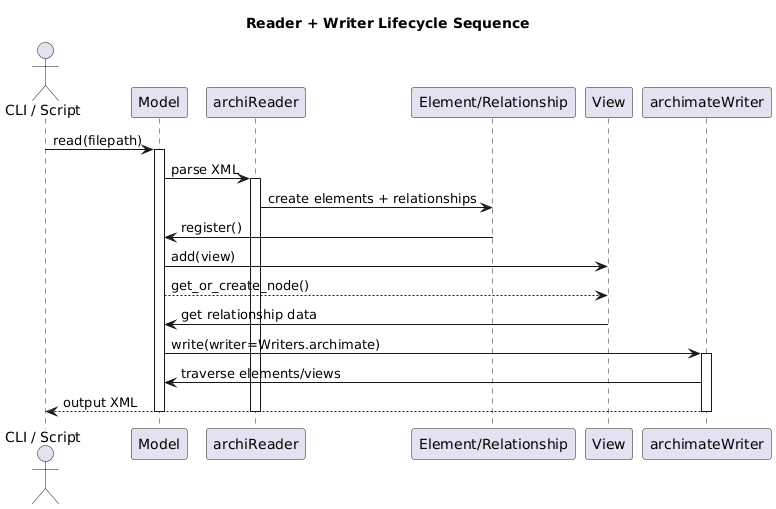
Before: docs/diagrams/sequence.png, a diagram exported from PlantUML (pyArchimate/pyArchimate). The source it was exported from:
```plantuml
@startuml
title Reader + Writer Lifecycle Sequence

actor "CLI / Script" as CLI
participant "Model" as Model
participant "archiReader" as Reader
participant "Element/Relationship" as Element
participant "View" as View
participant "archimateWriter" as Writer

CLI -> Model : read(filepath)
activate Model
Model -> Reader : parse XML
activate Reader
Reader -> Element : create elements + relationships
Element -> Model : register()
Model -> View : add(view)
Model --> View : get_or_create_node()
View -> Model : get relationship data
Model -> Writer : write(writer=Writers.archimate)
activate Writer
Writer -> Model : traverse elements/views
Writer --> CLI : output XML

deactivate Writer
deactivate Reader
deactivate Model
@enduml
```
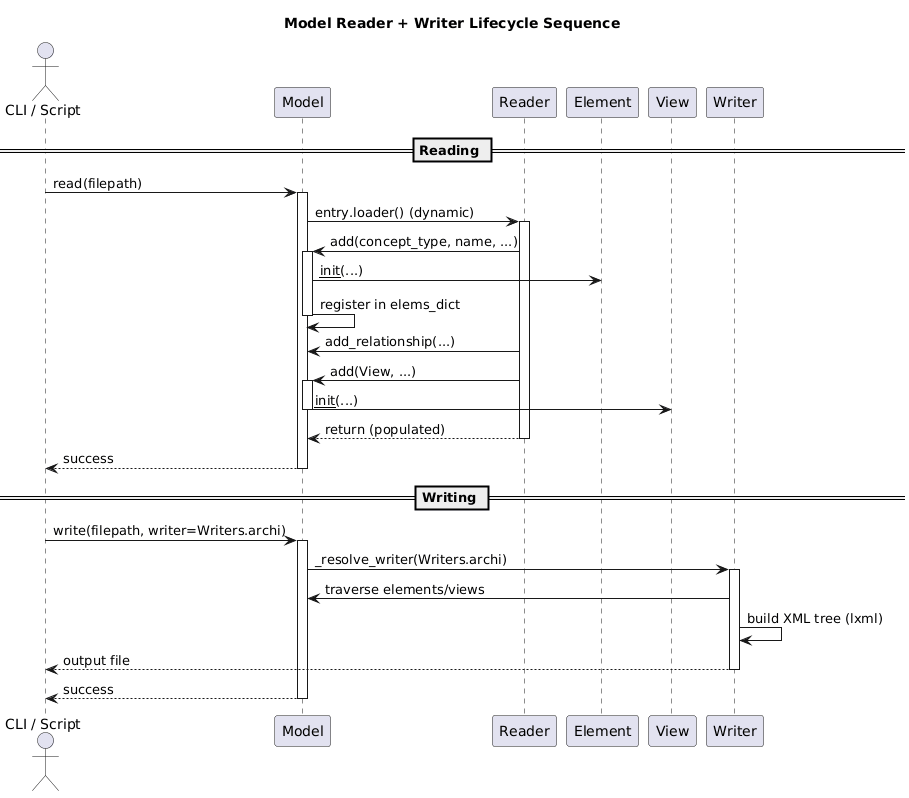
The same file after the commit.

What changed in the source:
```diff
@@ -1,28 +1,44 @@
 @startuml
-title Reader + Writer Lifecycle Sequence
+title Model Reader + Writer Lifecycle Sequence
 
 actor "CLI / Script" as CLI
 participant "Model" as Model
-participant "archiReader" as Reader
-participant "Element/Relationship" as Element
+participant "Reader" as Reader
+participant "Element" as Element
 participant "View" as View
-participant "archimateWriter" as Writer
+participant "Writer" as Writer
+
+== Reading ==
 
 CLI -> Model : read(filepath)
 activate Model
-Model -> Reader : parse XML
-activate Reader
-Reader -> Element : create elements + relationships
-Element -> Model : register()
-Model -> View : add(view)
-Model --> View : get_or_create_node()
-View -> Model : get relationship data
-Model -> Writer : write(writer=Writers.archimate)
-activate Writer
-Writer -> Model : traverse elements/views
-Writer --> CLI : output XML
+  Model -> Reader : entry.loader() (dynamic)
+  activate Reader
+  Reader -> Model : add(concept_type, name, ...)
+  activate Model
+    Model -> Element : __init__(...)
+    Model -> Model : register in elems_dict
+  deactivate Model
+  Reader -> Model : add_relationship(...)
+  Reader -> Model : add(View, ...)
+  activate Model
+    Model -> View : __init__(...)
+  deactivate Model
+  Reader --> Model : return (populated)
+  deactivate Reader
+Model --> CLI : success
+deactivate Model
 
-deactivate Writer
-deactivate Reader
+== Writing ==
+
+CLI -> Model : write(filepath, writer=Writers.archi)
+activate Model
+  Model -> Writer : _resolve_writer(Writers.archi)
+  activate Writer
+  Writer -> Model : traverse elements/views
+  Writer -> Writer : build XML tree (lxml)
+  Writer --> CLI : output file
+  deactivate Writer
+Model --> CLI : success
 deactivate Model
 @enduml
```
